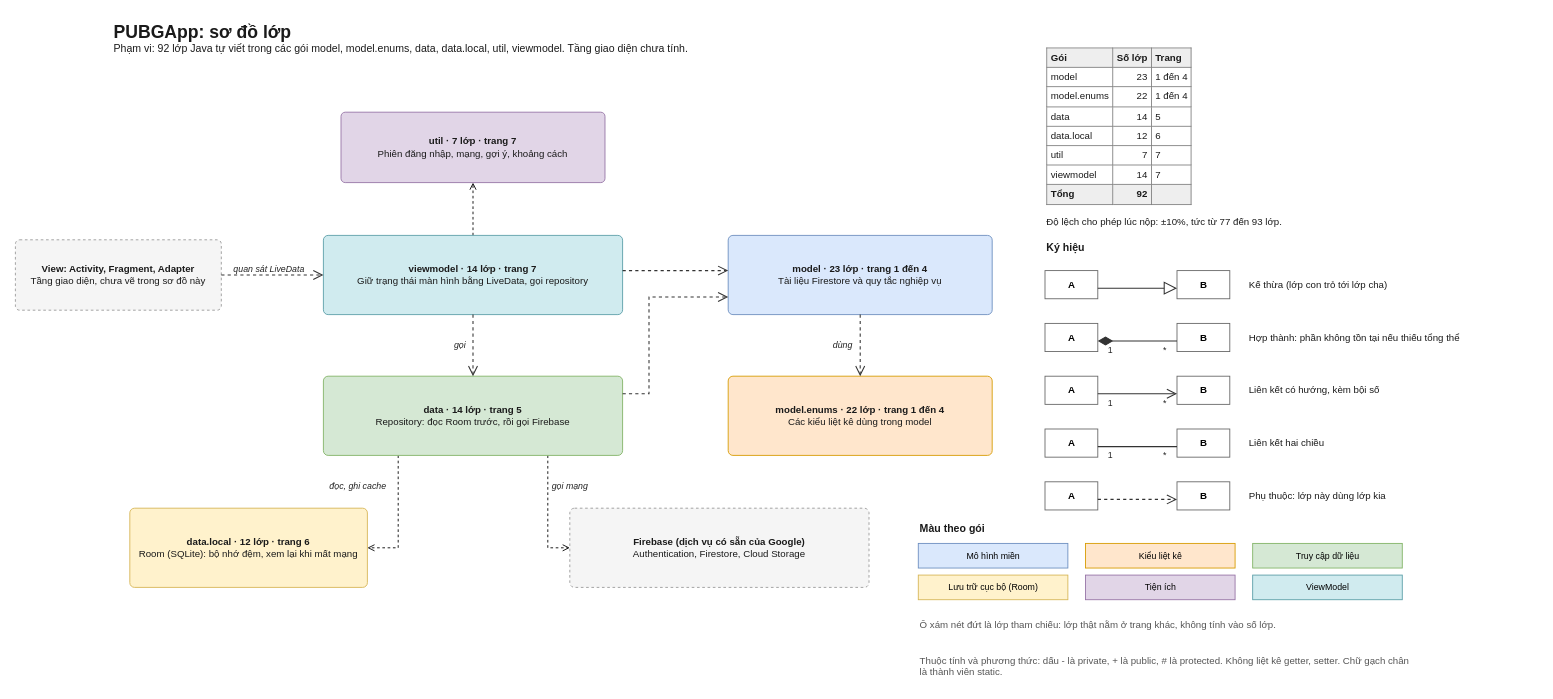
The draw.io diagram page "0. Tổng quan" (1 of 8) of workflow/docs/diagrams/so-do-lop/class-diagram.drawio in tahpnart8/NHOM3-MobileApp, before the edit. Source tidied: cells renumbered, new cells numbered last; positions are measured from the earlier drawing's top-left corner, leaving out a move shared by most shapes. Both pictures are drawn from the tidied source at 88%, with x=0, y=0 at pixel (15, 15).
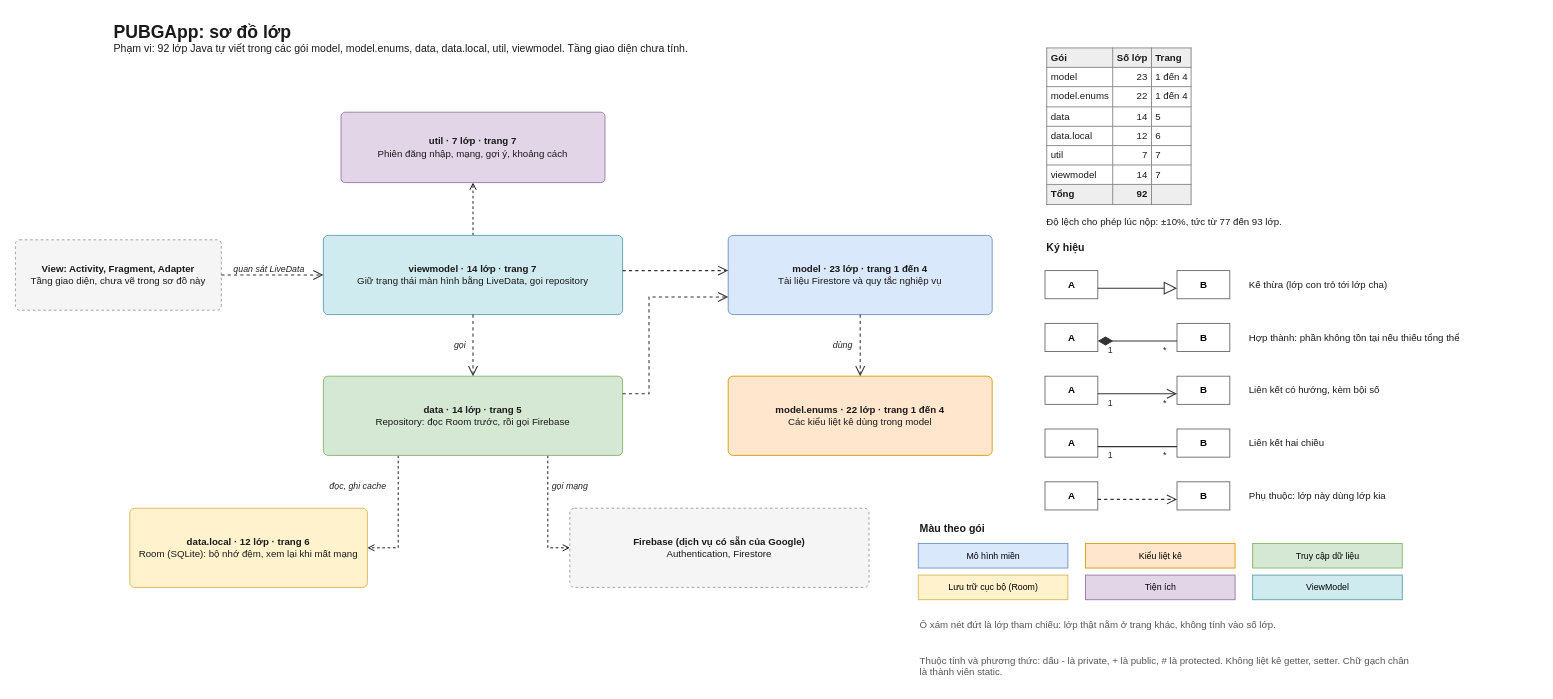
After the change.

Change to the diagram source:
```diff
@@
-    <mxCell id="9" value="&lt;b&gt;Firebase (dịch vụ có sẵn của Google)&lt;/b&gt;&lt;br&gt;Authentication, Firestore, Cloud Storage" style="rounded=1;arcSize=6;whiteSpace=wrap;html=1;fillColor=#F5F5F5;strokeColor=#999999;fontSize=11;fontFamily=Helvetica;fontColor=#1A1A1A;verticalAlign=middle;align=center;dashed=1;" parent="1" vertex="1">
+    <mxCell id="9" value="&lt;b&gt;Firebase (dịch vụ có sẵn của Google)&lt;/b&gt;&lt;br&gt;Authentication, Firestore" style="rounded=1;arcSize=6;whiteSpace=wrap;html=1;fillColor=#F5F5F5;strokeColor=#999999;fontSize=11;fontFamily=Helvetica;fontColor=#1A1A1A;verticalAlign=middle;align=center;dashed=1;" parent="1" vertex="1">
       <mxGeometry x="630" y="560" width="340" height="90" as="geometry" />
     </mxCell>
```
